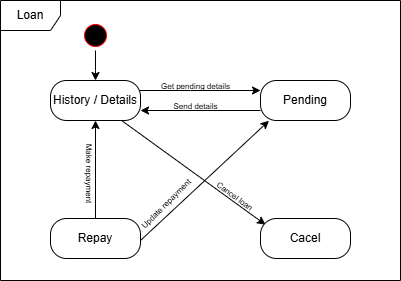
This is State Diagrams/State Diagram 1.png from KalpViradia/Semster-4, a draw.io export, as it was before one commit. Source tidied: cells renumbered, new cells last; positions are measured from the earlier drawing's top-left corner, leaving out a move shared by most shapes. Its diagram source:
```xml
<mxGraphModel>
  <root>
    <mxCell id="0" />
    <mxCell id="1" parent="0" />
    <mxCell id="2" value="Loan" style="shape=umlFrame;whiteSpace=wrap;html=1;" parent="1" vertex="1">
      <mxGeometry width="400" height="280" as="geometry" />
    </mxCell>
    <mxCell id="3" style="edgeStyle=orthogonalEdgeStyle;rounded=0;jettySize=auto;html=1;" parent="1" edge="1" source="4">
      <mxGeometry relative="1" as="geometry">
        <mxPoint x="95" y="80" as="targetPoint" />
      </mxGeometry>
    </mxCell>
    <mxCell id="4" style="ellipse;html=1;shape=startState;fillColor=#000000;strokeColor=#ff0000;" parent="1" vertex="1">
      <mxGeometry x="80" y="20" width="30" height="30" as="geometry" />
    </mxCell>
    <mxCell id="5" style="edgeStyle=orthogonalEdgeStyle;rounded=0;orthogonalLoop=1;jettySize=auto;html=1;" parent="1" edge="1">
      <mxGeometry relative="1" as="geometry">
        <mxPoint x="134" y="90" as="sourcePoint" />
        <mxPoint x="260" y="90" as="targetPoint" />
        <Array as="points">
          <mxPoint x="190" y="90" />
          <mxPoint x="190" y="90" />
        </Array>
      </mxGeometry>
    </mxCell>
    <mxCell id="6" style="edgeStyle=orthogonalEdgeStyle;rounded=0;orthogonalLoop=1;jettySize=auto;html=1;" parent="1" edge="1">
      <mxGeometry relative="1" as="geometry">
        <mxPoint x="95" y="220" as="sourcePoint" />
        <mxPoint x="95" y="120" as="targetPoint" />
      </mxGeometry>
    </mxCell>
    <mxCell id="7" value="&lt;span style=&quot;font-size: 8px;&quot;&gt;Get pending details&lt;/span&gt;" style="text;html=1;align=center;verticalAlign=middle;strokeColor=none;fillColor=none;" parent="1" vertex="1">
      <mxGeometry x="150" y="70" width="90" height="30" as="geometry" />
    </mxCell>
    <mxCell id="8" value="&lt;font style=&quot;font-size: 8px;&quot;&gt;Make repayment&lt;/font&gt;" style="text;html=1;align=center;verticalAlign=middle;strokeColor=none;fillColor=none;rotation=90;" parent="1" vertex="1">
      <mxGeometry x="50" y="158" width="80" height="30" as="geometry" />
    </mxCell>
    <mxCell id="9" style="edgeStyle=orthogonalEdgeStyle;rounded=0;jettySize=auto;html=1;entryX=1;entryY=0.75;entryDx=0;entryDy=0;exitX=0;exitY=0.75;exitDx=0;exitDy=0;" parent="1" edge="1" source="18" target="15">
      <mxGeometry relative="1" as="geometry" />
    </mxCell>
    <mxCell id="10" value="&lt;span style=&quot;font-size: 8px;&quot;&gt;Send details&lt;/span&gt;" style="text;html=1;align=center;verticalAlign=middle;strokeColor=none;fillColor=none;" parent="1" vertex="1">
      <mxGeometry x="160" y="90" width="70" height="30" as="geometry" />
    </mxCell>
    <mxCell id="11" style="endArrow=classic;html=1;rounded=0;exitX=1;exitY=0.5;exitDx=0;exitDy=0;entryX=0.094;entryY=1.006;entryDx=0;entryDy=0;entryPerimeter=0;" parent="1" edge="1" target="18">
      <mxGeometry relative="1" as="geometry">
        <mxPoint x="140" y="240" as="sourcePoint" />
      </mxGeometry>
    </mxCell>
    <mxCell id="12" style="endArrow=classic;html=1;rounded=0;exitX=0.742;exitY=0.922;exitDx=0;exitDy=0;entryX=0.056;entryY=0.156;entryDx=0;entryDy=0;exitPerimeter=0;entryPerimeter=0;" parent="1" edge="1" target="17">
      <mxGeometry relative="1" as="geometry">
        <mxPoint x="116.8" y="116.9" as="sourcePoint" />
      </mxGeometry>
    </mxCell>
    <mxCell id="13" value="&lt;span style=&quot;font-size: 8px;&quot;&gt;Cancel loan&lt;/span&gt;" style="text;html=1;align=center;verticalAlign=middle;strokeColor=none;fillColor=none;rotation=36;" parent="1" vertex="1">
      <mxGeometry x="200" y="180" width="70" height="30" as="geometry" />
    </mxCell>
    <mxCell id="14" value="&lt;span style=&quot;font-size: 8px;&quot;&gt;Update repayment&lt;/span&gt;" style="text;html=1;align=center;verticalAlign=middle;strokeColor=none;fillColor=none;rotation=-45;" parent="1" vertex="1">
      <mxGeometry x="120" y="188" width="90" height="30" as="geometry" />
    </mxCell>
    <mxCell id="15" value="History / Details" style="rounded=1;whiteSpace=wrap;html=1;arcSize=40;" parent="1" vertex="1">
      <mxGeometry x="50" y="80" width="90" height="40" as="geometry" />
    </mxCell>
    <mxCell id="16" value="Repay" style="rounded=1;whiteSpace=wrap;html=1;arcSize=40;" parent="1" vertex="1">
      <mxGeometry x="50" y="218" width="90" height="40" as="geometry" />
    </mxCell>
    <mxCell id="17" value="Cacel" style="rounded=1;whiteSpace=wrap;html=1;arcSize=40;" parent="1" vertex="1">
      <mxGeometry x="260" y="218" width="90" height="40" as="geometry" />
    </mxCell>
    <mxCell id="18" value="Pending" style="rounded=1;whiteSpace=wrap;html=1;arcSize=40;" parent="1" vertex="1">
      <mxGeometry x="260" y="80" width="90" height="40" as="geometry" />
    </mxCell>
  </root>
</mxGraphModel>
```
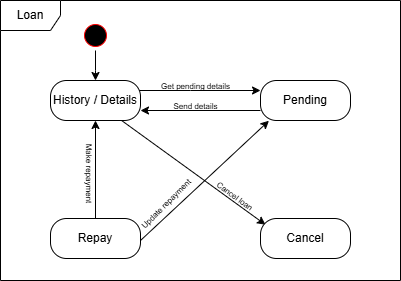
After the commit.

What changed in the source:
```diff
@@ -63,7 +63,7 @@
     <mxCell id="16" value="Repay" style="rounded=1;whiteSpace=wrap;html=1;arcSize=40;" parent="1" vertex="1">
       <mxGeometry x="50" y="218" width="90" height="40" as="geometry" />
     </mxCell>
-    <mxCell id="17" value="Cacel" style="rounded=1;whiteSpace=wrap;html=1;arcSize=40;" parent="1" vertex="1">
+    <mxCell id="17" value="Cancel" style="rounded=1;whiteSpace=wrap;html=1;arcSize=40;" parent="1" vertex="1">
       <mxGeometry x="260" y="218" width="90" height="40" as="geometry" />
     </mxCell>
     <mxCell id="18" value="Pending" style="rounded=1;whiteSpace=wrap;html=1;arcSize=40;" parent="1" vertex="1">
```
